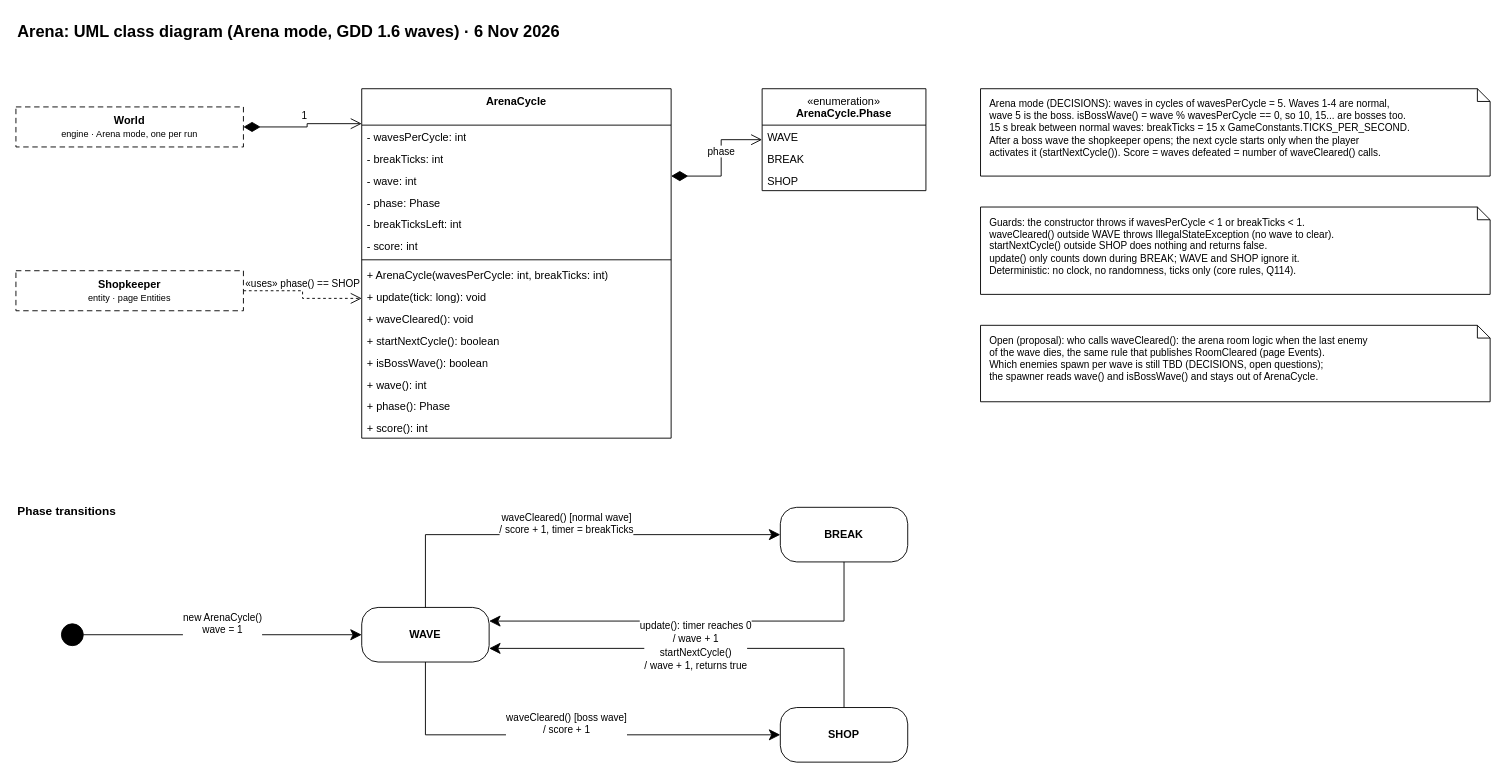
Honyoru/Depth-Diablo keeps this draw.io diagram as page "Arena" (3 of 3) of docs/uml/entities.drawio. Above is the earlier version. Source tidied: cells renumbered, new cells numbered last; positions are measured from the earlier drawing's top-left corner, leaving out a move shared by most shapes. Both pictures are drawn from the tidied source at 91%, with x=0, y=0 at pixel (15, 15).
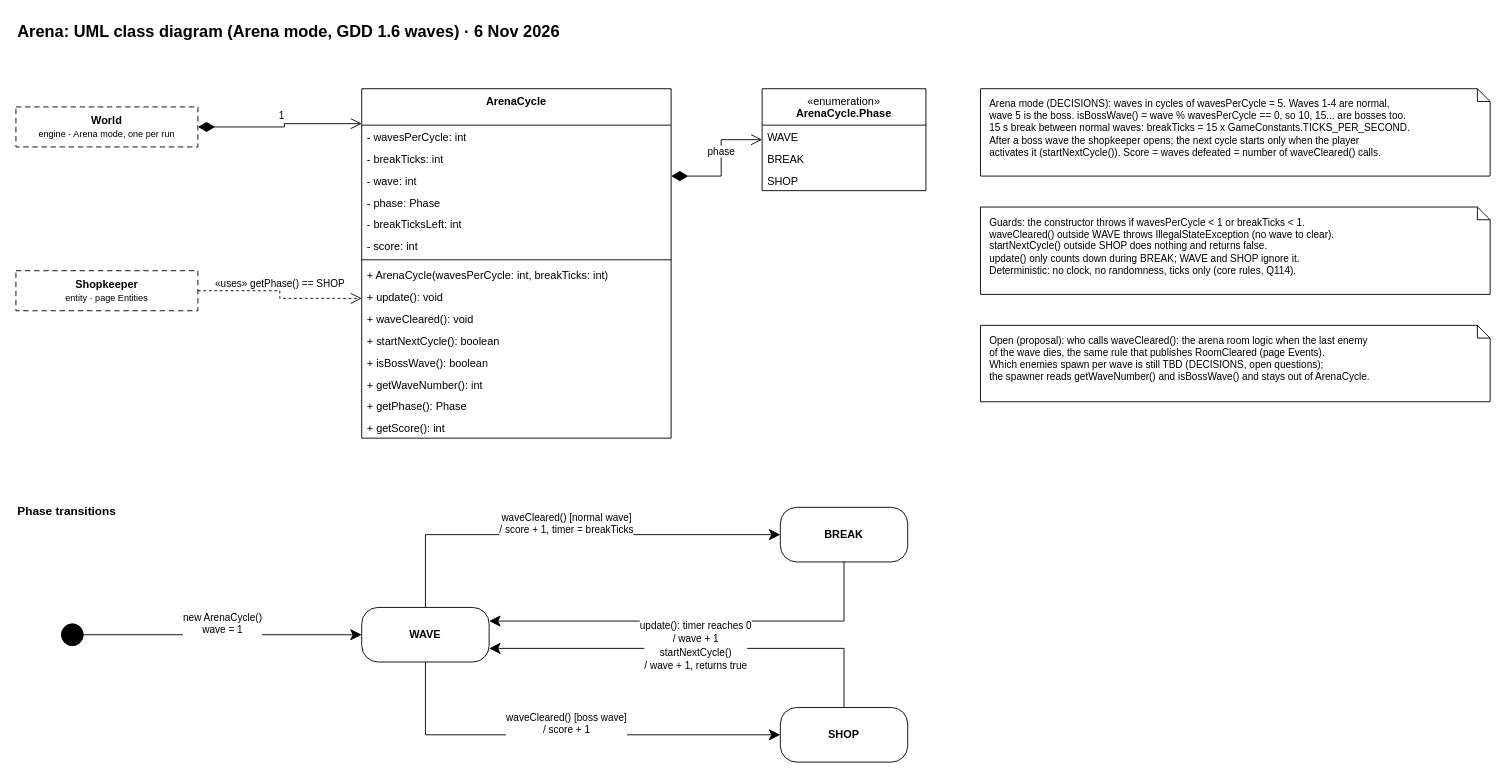
Above is the later version.

Commit message (it also covers changes not shown here):
docs(uml): match ArenaCycle names and regenerate the Arena preview

Use getWaveNumber(), getPhase(), getScore() and update() as in the code. Narrow the World and Shopkeeper boxes so the longer label fits.

The change refers to these unchanged cells:
```xml
<mxCell id="3" value="&lt;b&gt;ArenaCycle&lt;/b&gt;" style="swimlane;fontStyle=0;align=center;verticalAlign=top;horizontal=1;startSize=40;whiteSpace=wrap;html=1;" parent="1" vertex="1">
  <mxGeometry x="380" y="80" width="340" height="384" as="geometry" />
</mxCell>
```

What changed in the source:
```diff
@@
-    <mxCell id="12" value="+ update(tick: long): void" style="text;strokeColor=none;fillColor=none;align=left;verticalAlign=top;spacingLeft=4;spacingRight=4;overflow=hidden;whiteSpace=wrap;html=1;" parent="3" vertex="1">
+    <mxCell id="12" value="+ update(): void" style="text;strokeColor=none;fillColor=none;align=left;verticalAlign=top;spacingLeft=4;spacingRight=4;overflow=hidden;whiteSpace=wrap;html=1;" parent="3" vertex="1">
       <mxGeometry y="216" width="340" height="24" as="geometry" />
     </mxCell>
@@
-    <mxCell id="16" value="+ wave(): int" style="text;strokeColor=none;fillColor=none;align=left;verticalAlign=top;spacingLeft=4;spacingRight=4;overflow=hidden;whiteSpace=wrap;html=1;" parent="3" vertex="1">
+    <mxCell id="16" value="+ getWaveNumber(): int" style="text;strokeColor=none;fillColor=none;align=left;verticalAlign=top;spacingLeft=4;spacingRight=4;overflow=hidden;whiteSpace=wrap;html=1;" parent="3" vertex="1">
       <mxGeometry y="312" width="340" height="24" as="geometry" />
     </mxCell>
-    <mxCell id="17" value="+ phase(): Phase" style="text;strokeColor=none;fillColor=none;align=left;verticalAlign=top;spacingLeft=4;spacingRight=4;overflow=hidden;whiteSpace=wrap;html=1;" parent="3" vertex="1">
+    <mxCell id="17" value="+ getPhase(): Phase" style="text;strokeColor=none;fillColor=none;align=left;verticalAlign=top;spacingLeft=4;spacingRight=4;overflow=hidden;whiteSpace=wrap;html=1;" parent="3" vertex="1">
       <mxGeometry y="336" width="340" height="24" as="geometry" />
     </mxCell>
-    <mxCell id="18" value="+ score(): int" style="text;strokeColor=none;fillColor=none;align=left;verticalAlign=top;spacingLeft=4;spacingRight=4;overflow=hidden;whiteSpace=wrap;html=1;" parent="3" vertex="1">
+    <mxCell id="18" value="+ getScore(): int" style="text;strokeColor=none;fillColor=none;align=left;verticalAlign=top;spacingLeft=4;spacingRight=4;overflow=hidden;whiteSpace=wrap;html=1;" parent="3" vertex="1">
       <mxGeometry y="360" width="340" height="24" as="geometry" />
     </mxCell>
@@
     <mxCell id="24" value="&lt;b&gt;World&lt;/b&gt;&lt;br&gt;&lt;font style=&quot;font-size:10px&quot;&gt;engine · Arena mode, one per run&lt;/font&gt;" style="rounded=0;whiteSpace=wrap;html=1;dashed=1;dashPattern=6 4;" parent="1" vertex="1">
-      <mxGeometry y="100" width="250" height="44" as="geometry" />
+      <mxGeometry y="100" width="200" height="44" as="geometry" />
     </mxCell>
@@
     <mxCell id="26" value="&lt;b&gt;Shopkeeper&lt;/b&gt;&lt;br&gt;&lt;font style=&quot;font-size:10px&quot;&gt;entity · page Entities&lt;/font&gt;" style="rounded=0;whiteSpace=wrap;html=1;dashed=1;dashPattern=6 4;" parent="1" vertex="1">
-      <mxGeometry y="280" width="250" height="44" as="geometry" />
+      <mxGeometry y="280" width="200" height="44" as="geometry" />
     </mxCell>
-    <mxCell id="27" value="«uses» phase() == SHOP" style="edgeStyle=orthogonalEdgeStyle;rounded=0;jettySize=auto;html=1;endArrow=open;endSize=10;dashed=1;exitX=1;exitY=0.5;exitDx=0;exitDy=0;entryX=0;entryY=0.6;entryDx=0;entryDy=0;" parent="1" edge="1" source="26" target="3">
+    <mxCell id="27" value="«uses» getPhase() == SHOP" style="edgeStyle=orthogonalEdgeStyle;rounded=0;jettySize=auto;html=1;endArrow=open;endSize=10;dashed=1;exitX=1;exitY=0.5;exitDx=0;exitDy=0;entryX=0;entryY=0.6;entryDx=0;entryDy=0;" parent="1" edge="1" source="26" target="3">
       <mxGeometry relative="1" as="geometry">
         <mxPoint y="-12" as="offset" />
       </mxGeometry>
     </mxCell>
@@
-    <mxCell id="40" value="Open (proposal): who calls waveCleared(): the arena room logic when the last enemy&lt;br&gt;of the wave dies, the same rule that publishes RoomCleared (page Events).&lt;br&gt;Which enemies spawn per wave is still TBD (DECISIONS, open questions);&lt;br&gt;the spawner reads wave() and isBossWave() and stays out of ArenaCycle." style="shape=note;size=14;whiteSpace=wrap;html=1;align=left;verticalAlign=top;spacingLeft=8;spacingRight=10;spacingTop=4;fontSize=11;" parent="1" vertex="1">
+    <mxCell id="40" value="Open (proposal): who calls waveCleared(): the arena room logic when the last enemy&lt;br&gt;of the wave dies, the same rule that publishes RoomCleared (page Events).&lt;br&gt;Which enemies spawn per wave is still TBD (DECISIONS, open questions);&lt;br&gt;the spawner reads getWaveNumber() and isBossWave() and stays out of ArenaCycle." style="shape=note;size=14;whiteSpace=wrap;html=1;align=left;verticalAlign=top;spacingLeft=8;spacingRight=10;spacingTop=4;fontSize=11;" parent="1" vertex="1">
       <mxGeometry x="1060" y="340" width="560" height="84" as="geometry" />
     </mxCell>
```
